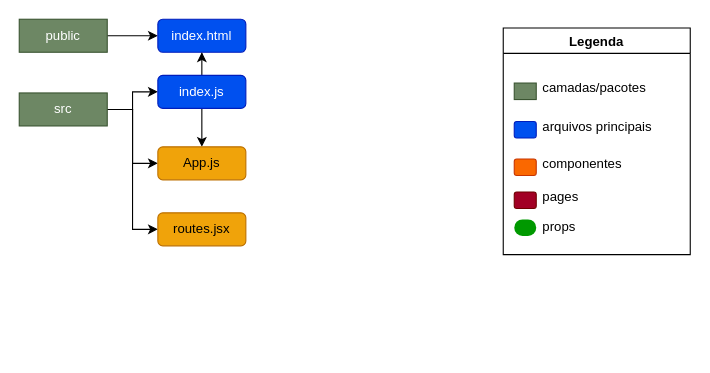
Earlier version of the draw.io diagram music-box-react/arquitetura.drawio (reisrb/music-box). Source tidied: cells renumbered, new cells numbered last; positions are measured from the earlier drawing's top-left corner, leaving out a move shared by most shapes. Both pictures are drawn from the tidied source at 110%, with x=0, y=0 at pixel (19, 19).
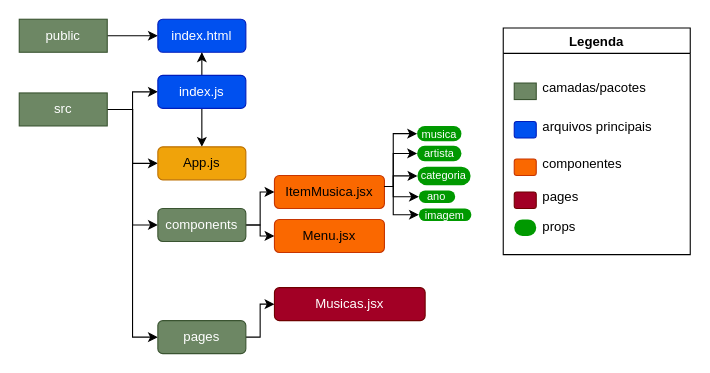
The same page after the edit.

Commit message:
Aula 03 - Alterando arquitetura do projeto

The change refers to these unchanged cells:
```xml
<mxCell id="7" value="src" style="whiteSpace=wrap;html=1;fillColor=#6d8764;strokeColor=#3A5431;fontColor=#ffffff;" parent="1" vertex="1">
  <mxGeometry y="67" width="80" height="30" as="geometry" />
</mxCell>
```

Diff of the diagram source:
```diff
@@
-    <mxCell id="6" style="edgeStyle=orthogonalEdgeStyle;rounded=0;jettySize=auto;html=1;entryX=0;entryY=0.5;entryDx=0;entryDy=0;" parent="1" edge="1" source="7" target="24">
-      <mxGeometry relative="1" as="geometry" />
-    </mxCell>
+    <mxCell id="25" style="edgeStyle=none;rounded=0;html=1;entryX=0;entryY=0.5;entryDx=0;entryDy=0;" parent="1" edge="1" source="7" target="30">
+      <mxGeometry relative="1" as="geometry">
+        <Array as="points">
+          <mxPoint x="103" y="82" />
+          <mxPoint x="103" y="128" />
+          <mxPoint x="103" y="187" />
+        </Array>
+      </mxGeometry>
+    </mxCell>
+    <mxCell id="26" style="edgeStyle=none;rounded=0;html=1;entryX=0;entryY=0.5;entryDx=0;entryDy=0;" parent="1" edge="1" source="7" target="32">
+      <mxGeometry relative="1" as="geometry">
+        <Array as="points">
+          <mxPoint x="103" y="82" />
+          <mxPoint x="103" y="289" />
+        </Array>
+      </mxGeometry>
+    </mxCell>
@@
-    <mxCell id="24" value="routes.jsx" style="rounded=1;whiteSpace=wrap;html=1;fillColor=#f0a30a;strokeColor=#BD7000;fontColor=#000000;" parent="1" vertex="1">
-      <mxGeometry x="126" y="176" width="80" height="30" as="geometry" />
-    </mxCell>
+    <mxCell id="27" value="ItemMusica.jsx" style="rounded=1;whiteSpace=wrap;html=1;fillColor=#fa6800;strokeColor=#C73500;fontColor=#000000;" parent="1" vertex="1">
+      <mxGeometry x="232" y="142" width="100" height="30" as="geometry" />
+    </mxCell>
+    <mxCell id="28" style="edgeStyle=none;rounded=0;html=1;entryX=0;entryY=0.5;entryDx=0;entryDy=0;" parent="1" edge="1" source="30" target="27">
+      <mxGeometry relative="1" as="geometry">
+        <Array as="points">
+          <mxPoint x="219" y="187" />
+          <mxPoint x="219" y="157" />
+        </Array>
+      </mxGeometry>
+    </mxCell>
+    <mxCell id="29" style="edgeStyle=none;rounded=0;html=1;entryX=0;entryY=0.5;entryDx=0;entryDy=0;" parent="1" edge="1" source="30" target="33">
+      <mxGeometry relative="1" as="geometry">
+        <Array as="points">
+          <mxPoint x="219" y="187" />
+          <mxPoint x="219" y="197" />
+        </Array>
+      </mxGeometry>
+    </mxCell>
+    <mxCell id="30" value="components" style="rounded=1;whiteSpace=wrap;html=1;fillColor=#6d8764;strokeColor=#3A5431;fontColor=#ffffff;" parent="1" vertex="1">
+      <mxGeometry x="126" y="172" width="80" height="30" as="geometry" />
+    </mxCell>
+    <mxCell id="31" style="edgeStyle=none;rounded=0;html=1;entryX=0;entryY=0.5;entryDx=0;entryDy=0;" parent="1" edge="1" source="32" target="44">
+      <mxGeometry relative="1" as="geometry">
+        <Array as="points">
+          <mxPoint x="219" y="289" />
+          <mxPoint x="219" y="259" />
+        </Array>
+      </mxGeometry>
+    </mxCell>
+    <mxCell id="32" value="pages" style="rounded=1;whiteSpace=wrap;html=1;fillColor=#6d8764;strokeColor=#3A5431;fontColor=#ffffff;" parent="1" vertex="1">
+      <mxGeometry x="126" y="274" width="80" height="30" as="geometry" />
+    </mxCell>
+    <mxCell id="33" value="Menu.jsx" style="rounded=1;whiteSpace=wrap;html=1;fillColor=#fa6800;strokeColor=#C73500;fontColor=#000000;" parent="1" vertex="1">
+      <mxGeometry x="232" y="182" width="100" height="30" as="geometry" />
+    </mxCell>
+    <mxCell id="34" style="edgeStyle=orthogonalEdgeStyle;rounded=0;jettySize=auto;html=1;entryX=0;entryY=0.5;entryDx=0;entryDy=0;" parent="1" edge="1" target="43">
+      <mxGeometry relative="1" as="geometry">
+        <mxPoint x="332" y="152" as="sourcePoint" />
+        <Array as="points">
+          <mxPoint x="340" y="152" />
+          <mxPoint x="340" y="178" />
+        </Array>
+      </mxGeometry>
+    </mxCell>
+    <mxCell id="35" style="edgeStyle=orthogonalEdgeStyle;rounded=0;jettySize=auto;html=1;entryX=0;entryY=0.5;entryDx=0;entryDy=0;" parent="1" edge="1" target="42">
+      <mxGeometry relative="1" as="geometry">
+        <mxPoint x="332" y="152" as="sourcePoint" />
+        <Array as="points">
+          <mxPoint x="340" y="152" />
+          <mxPoint x="340" y="161" />
+        </Array>
+      </mxGeometry>
+    </mxCell>
+    <mxCell id="36" style="edgeStyle=orthogonalEdgeStyle;rounded=0;jettySize=auto;html=1;entryX=0;entryY=0.5;entryDx=0;entryDy=0;" parent="1" edge="1" target="41">
+      <mxGeometry relative="1" as="geometry">
+        <mxPoint x="332" y="152" as="sourcePoint" />
+        <Array as="points">
+          <mxPoint x="340" y="152" />
+          <mxPoint x="340" y="143" />
+        </Array>
+      </mxGeometry>
+    </mxCell>
+    <mxCell id="37" style="edgeStyle=orthogonalEdgeStyle;rounded=0;jettySize=auto;html=1;entryX=0;entryY=0.5;entryDx=0;entryDy=0;" parent="1" edge="1" target="40">
+      <mxGeometry relative="1" as="geometry">
+        <mxPoint x="332" y="152" as="sourcePoint" />
+        <Array as="points">
+          <mxPoint x="340" y="152" />
+          <mxPoint x="340" y="122" />
+        </Array>
+      </mxGeometry>
+    </mxCell>
+    <mxCell id="38" style="edgeStyle=orthogonalEdgeStyle;rounded=0;jettySize=auto;html=1;entryX=0;entryY=0.5;entryDx=0;entryDy=0;" parent="1" edge="1" target="39">
+      <mxGeometry relative="1" as="geometry">
+        <mxPoint x="332" y="152" as="sourcePoint" />
+        <Array as="points">
+          <mxPoint x="340" y="152" />
+          <mxPoint x="340" y="104" />
+        </Array>
+      </mxGeometry>
+    </mxCell>
+    <mxCell id="39" value="&lt;font style=&quot;font-size: 10px&quot;&gt;musica&lt;/font&gt;" style="rounded=1;whiteSpace=wrap;html=1;fillColor=#009900;strokeColor=none;fontColor=#FFF;arcSize=50;align=center;" parent="1" vertex="1">
+      <mxGeometry x="361.7" y="97" width="40.3" height="14" as="geometry" />
+    </mxCell>
+    <mxCell id="40" value="&lt;span style=&quot;font-size: 10px&quot;&gt;artista&lt;/span&gt;" style="rounded=1;whiteSpace=wrap;html=1;fillColor=#009900;strokeColor=none;fontColor=#FFF;arcSize=50;align=center;" parent="1" vertex="1">
+      <mxGeometry x="361.7" y="115" width="40.3" height="14" as="geometry" />
+    </mxCell>
+    <mxCell id="41" value="&lt;span style=&quot;font-size: 10px&quot;&gt;categoria&lt;/span&gt;" style="rounded=1;whiteSpace=wrap;html=1;fillColor=#009900;strokeColor=none;fontColor=#FFF;arcSize=50;align=center;" parent="1" vertex="1">
+      <mxGeometry x="362" y="134" width="48.3" height="16.8" as="geometry" />
+    </mxCell>
+    <mxCell id="42" value="&lt;span style=&quot;font-size: 10px&quot;&gt;ano&lt;/span&gt;" style="rounded=1;whiteSpace=wrap;html=1;fillColor=#009900;strokeColor=none;fontColor=#FFF;arcSize=50;align=center;" parent="1" vertex="1">
+      <mxGeometry x="363.3" y="155.6" width="33" height="11.4" as="geometry" />
+    </mxCell>
+    <mxCell id="43" value="&lt;span style=&quot;font-size: 10px&quot;&gt;imagem&lt;/span&gt;" style="rounded=1;whiteSpace=wrap;html=1;fillColor=#009900;strokeColor=none;fontColor=#FFF;arcSize=50;align=center;" parent="1" vertex="1">
+      <mxGeometry x="363.3" y="172" width="47.7" height="11.4" as="geometry" />
+    </mxCell>
+    <mxCell id="44" value="Musicas.jsx" style="rounded=1;whiteSpace=wrap;html=1;fontColor=#ffffff;strokeColor=#6F0000;fillColor=#a20025;" parent="1" vertex="1">
+      <mxGeometry x="232" y="244" width="137" height="30" as="geometry" />
+    </mxCell>
```
